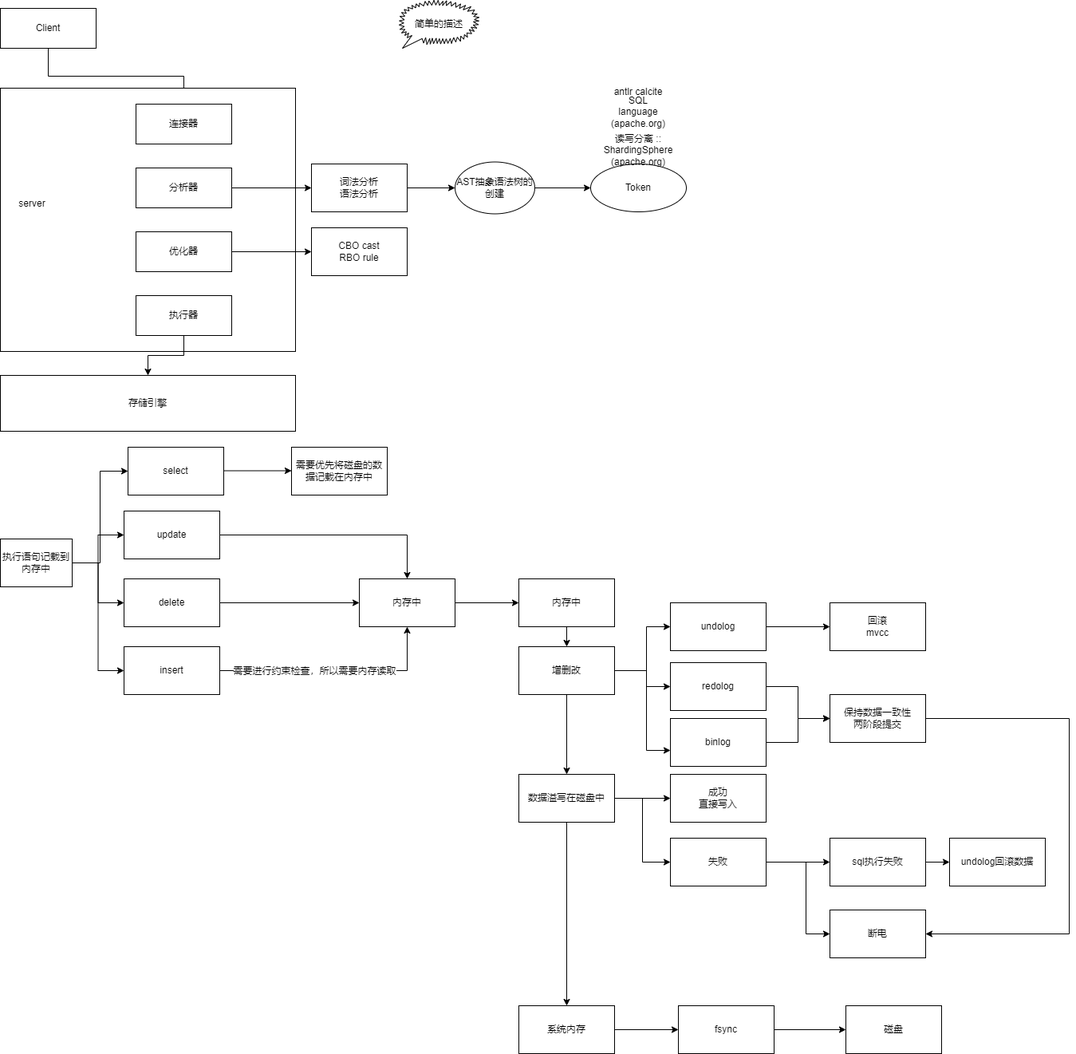
Before: mysql执行.drawio.png, a diagram exported from draw.io (ShortPupil/VPicture). Source tidied: cells renumbered, new cells last; positions are measured from the earlier drawing's top-left corner, leaving out a move shared by most shapes.
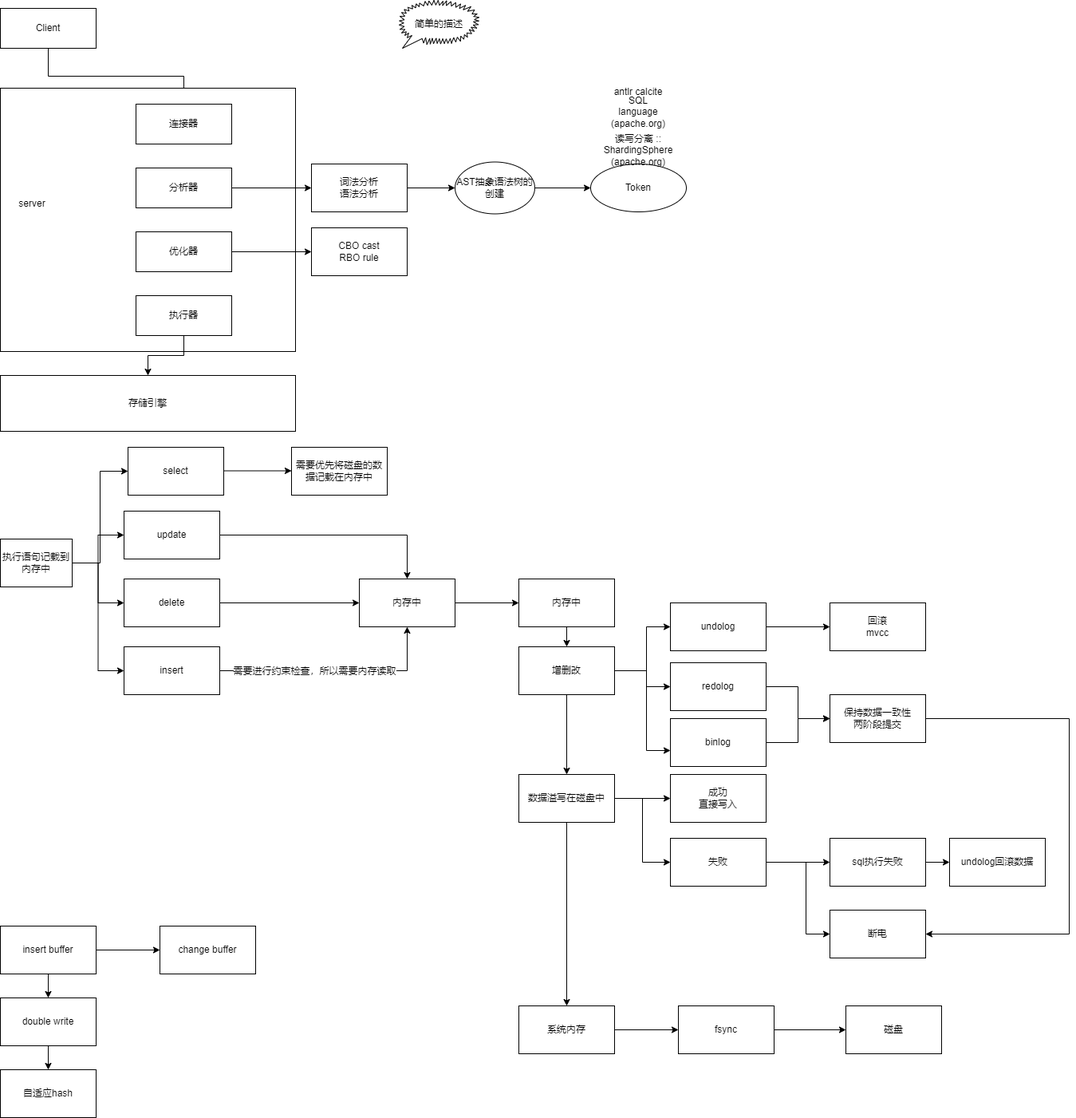
Later version of the same file.

The edit, as a diff of the source:
```diff
@@ -248,5 +248,26 @@
     <mxCell id="73" value="undolog回滚数据" style="whiteSpace=wrap;html=1;rounded=0;" parent="1" vertex="1">
       <mxGeometry x="1190" y="1050" width="120" height="60" as="geometry" />
     </mxCell>
+    <mxCell id="74" style="edgeStyle=orthogonalEdgeStyle;rounded=0;jettySize=auto;html=1;" parent="1" edge="1" source="76" target="78">
+      <mxGeometry relative="1" as="geometry" />
+    </mxCell>
+    <mxCell id="75" style="edgeStyle=orthogonalEdgeStyle;rounded=0;jettySize=auto;html=1;" parent="1" edge="1" source="76" target="80">
+      <mxGeometry relative="1" as="geometry" />
+    </mxCell>
+    <mxCell id="76" value="insert buffer" style="rounded=0;whiteSpace=wrap;html=1;" parent="1" vertex="1">
+      <mxGeometry y="1160" width="120" height="60" as="geometry" />
+    </mxCell>
+    <mxCell id="77" style="edgeStyle=orthogonalEdgeStyle;rounded=0;jettySize=auto;html=1;" parent="1" edge="1" source="78" target="79">
+      <mxGeometry relative="1" as="geometry" />
+    </mxCell>
+    <mxCell id="78" value="double write" style="whiteSpace=wrap;html=1;rounded=0;" parent="1" vertex="1">
+      <mxGeometry y="1250" width="120" height="60" as="geometry" />
+    </mxCell>
+    <mxCell id="79" value="自适应hash" style="whiteSpace=wrap;html=1;rounded=0;" parent="1" vertex="1">
+      <mxGeometry y="1340" width="120" height="60" as="geometry" />
+    </mxCell>
+    <mxCell id="80" value="change buffer" style="whiteSpace=wrap;html=1;rounded=0;" parent="1" vertex="1">
+      <mxGeometry x="200" y="1160" width="120" height="60" as="geometry" />
+    </mxCell>
   </root>
 </mxGraphModel>
```
